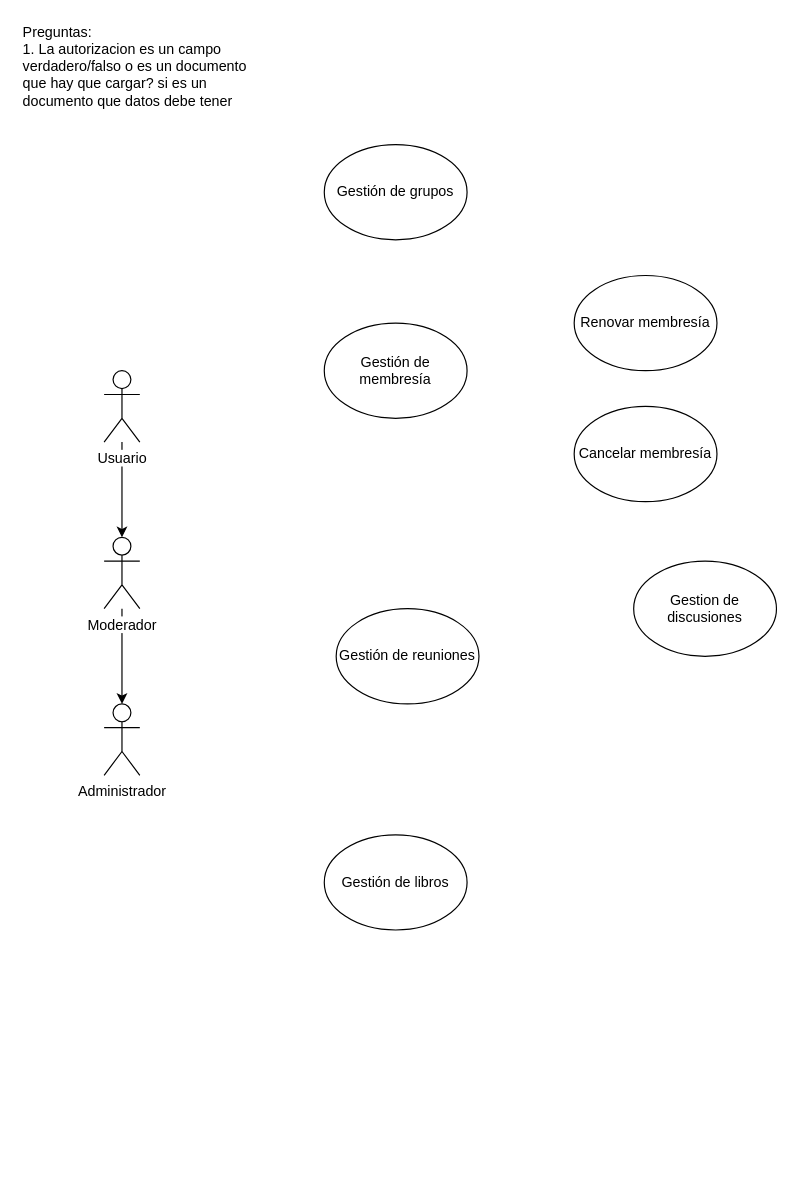
NeutronBlast/IS-Ex keeps this draw.io diagram as RC UC.drawio. Above is the earlier version. Source tidied: cells renumbered, new cells numbered last; positions are measured from the earlier drawing's top-left corner, leaving out a move shared by most shapes. Both pictures are drawn from the tidied source at 119%, with x=0, y=0 at pixel (20, 20).
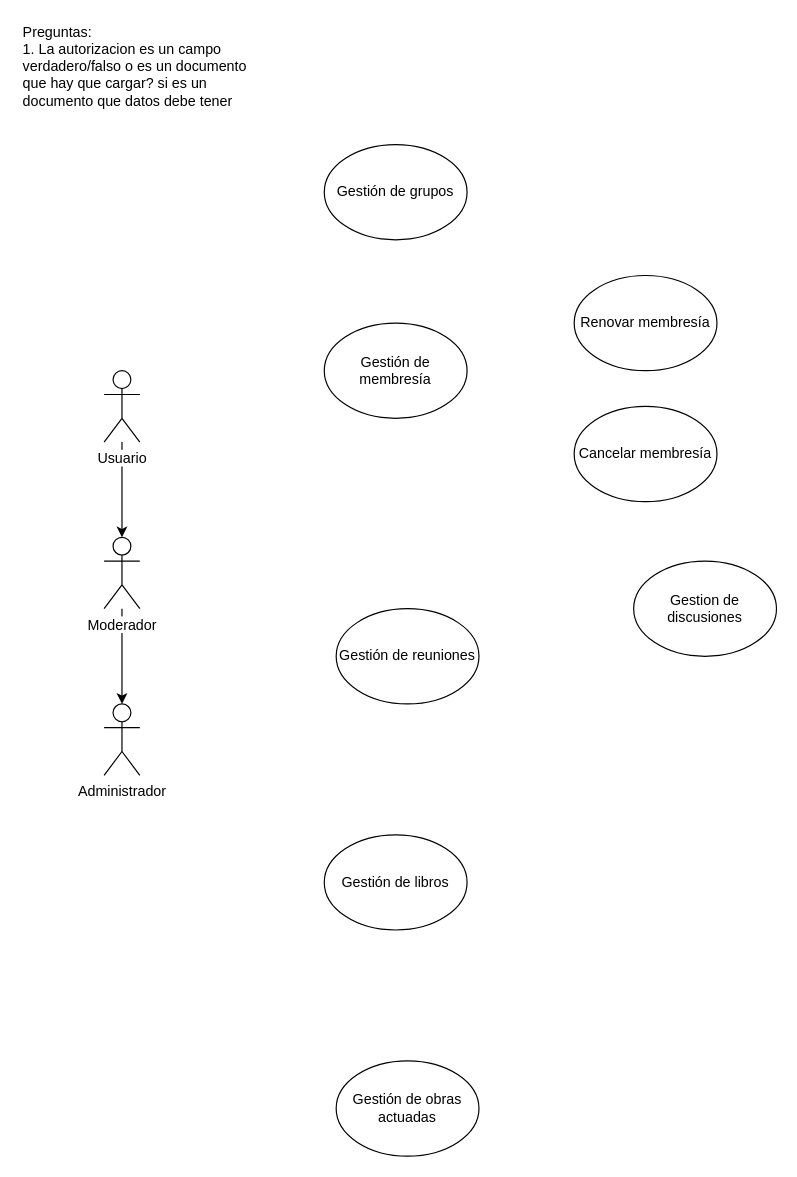
Above is the later version.

Change to the diagram source:
```diff
@@
 <mxGraphModel>
   <root>
     <mxCell id="0" />
     <mxCell id="1" parent="0" />
     <mxCell id="2" style="edgeStyle=orthogonalEdgeStyle;rounded=0;jettySize=auto;html=1;" parent="1" edge="1" source="3" target="5">
       <mxGeometry relative="1" as="geometry" />
     </mxCell>
     <mxCell id="3" value="Usuario" style="shape=umlActor;verticalLabelPosition=bottom;labelBackgroundColor=#ffffff;verticalAlign=top;html=1;outlineConnect=0;" parent="1" vertex="1">
       <mxGeometry x="70" y="294" width="30" height="60" as="geometry" />
     </mxCell>
     <mxCell id="4" style="edgeStyle=orthogonalEdgeStyle;rounded=0;jettySize=auto;html=1;" parent="1" edge="1" source="5" target="6">
       <mxGeometry relative="1" as="geometry" />
     </mxCell>
     <mxCell id="5" value="Moderador" style="shape=umlActor;verticalLabelPosition=bottom;labelBackgroundColor=#ffffff;verticalAlign=top;html=1;outlineConnect=0;" parent="1" vertex="1">
       <mxGeometry x="70" y="434" width="30" height="60" as="geometry" />
     </mxCell>
     <mxCell id="6" value="Administrador" style="shape=umlActor;verticalLabelPosition=bottom;labelBackgroundColor=#ffffff;verticalAlign=top;html=1;outlineConnect=0;" parent="1" vertex="1">
       <mxGeometry x="70" y="574" width="30" height="60" as="geometry" />
     </mxCell>
     <mxCell id="7" value="Gestión de grupos" style="ellipse;whiteSpace=wrap;html=1;" parent="1" vertex="1">
       <mxGeometry x="255" y="104" width="120" height="80" as="geometry" />
     </mxCell>
     <mxCell id="8" value="Gestión de membresía" style="ellipse;whiteSpace=wrap;html=1;" parent="1" vertex="1">
       <mxGeometry x="255" y="254" width="120" height="80" as="geometry" />
     </mxCell>
     <mxCell id="9" value="Preguntas:&lt;br&gt;1. La autorizacion es un campo&amp;nbsp;&lt;br&gt;verdadero/falso o es un documento&lt;br&gt;que hay que cargar? si es un&lt;br&gt;documento que datos debe tener&lt;br&gt;" style="text;html=1;align=left;verticalAlign=top;spacingTop=-4;" parent="1" vertex="1">
       <mxGeometry width="200" height="70" as="geometry" />
     </mxCell>
     <mxCell id="10" value="Renovar membresía" style="ellipse;whiteSpace=wrap;html=1;" parent="1" vertex="1">
       <mxGeometry x="465" y="214" width="120" height="80" as="geometry" />
     </mxCell>
     <mxCell id="11" value="Cancelar membresía" style="ellipse;whiteSpace=wrap;html=1;" parent="1" vertex="1">
       <mxGeometry x="465" y="324" width="120" height="80" as="geometry" />
     </mxCell>
     <mxCell id="12" value="Gestión de reuniones" style="ellipse;whiteSpace=wrap;html=1;" parent="1" vertex="1">
       <mxGeometry x="265" y="494" width="120" height="80" as="geometry" />
     </mxCell>
     <mxCell id="13" value="Gestión de libros" style="ellipse;whiteSpace=wrap;html=1;" parent="1" vertex="1">
       <mxGeometry x="255" y="684" width="120" height="80" as="geometry" />
     </mxCell>
     <mxCell id="14" value="Gestion de discusiones" style="ellipse;whiteSpace=wrap;html=1;" parent="1" vertex="1">
       <mxGeometry x="515" y="454" width="120" height="80" as="geometry" />
     </mxCell>
+    <mxCell id="15" value="Gestión de obras actuadas" style="ellipse;whiteSpace=wrap;html=1;" parent="1" vertex="1">
+      <mxGeometry x="265" y="874" width="120" height="80" as="geometry" />
+    </mxCell>
   </root>
 </mxGraphModel>
```
